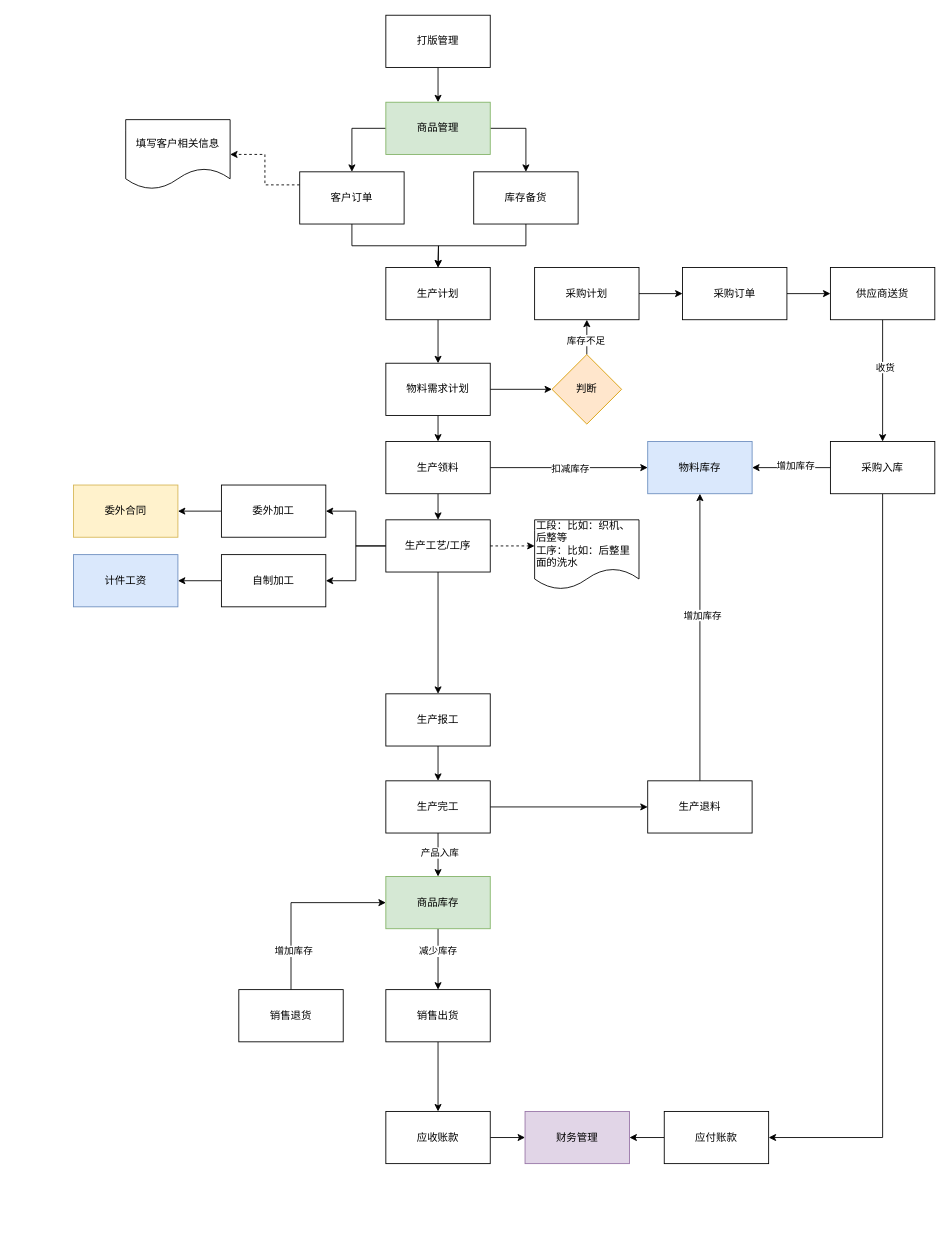
Before: erp流程.drawio in pbm0802/GitIDEATest, a draw.io diagram. Source tidied: cells renumbered, new cells numbered last; positions are measured from the earlier drawing's top-left corner, leaving out a move shared by most shapes. Both pictures are drawn from the tidied source at 87%, with x=0, y=0 at pixel (73, 15).
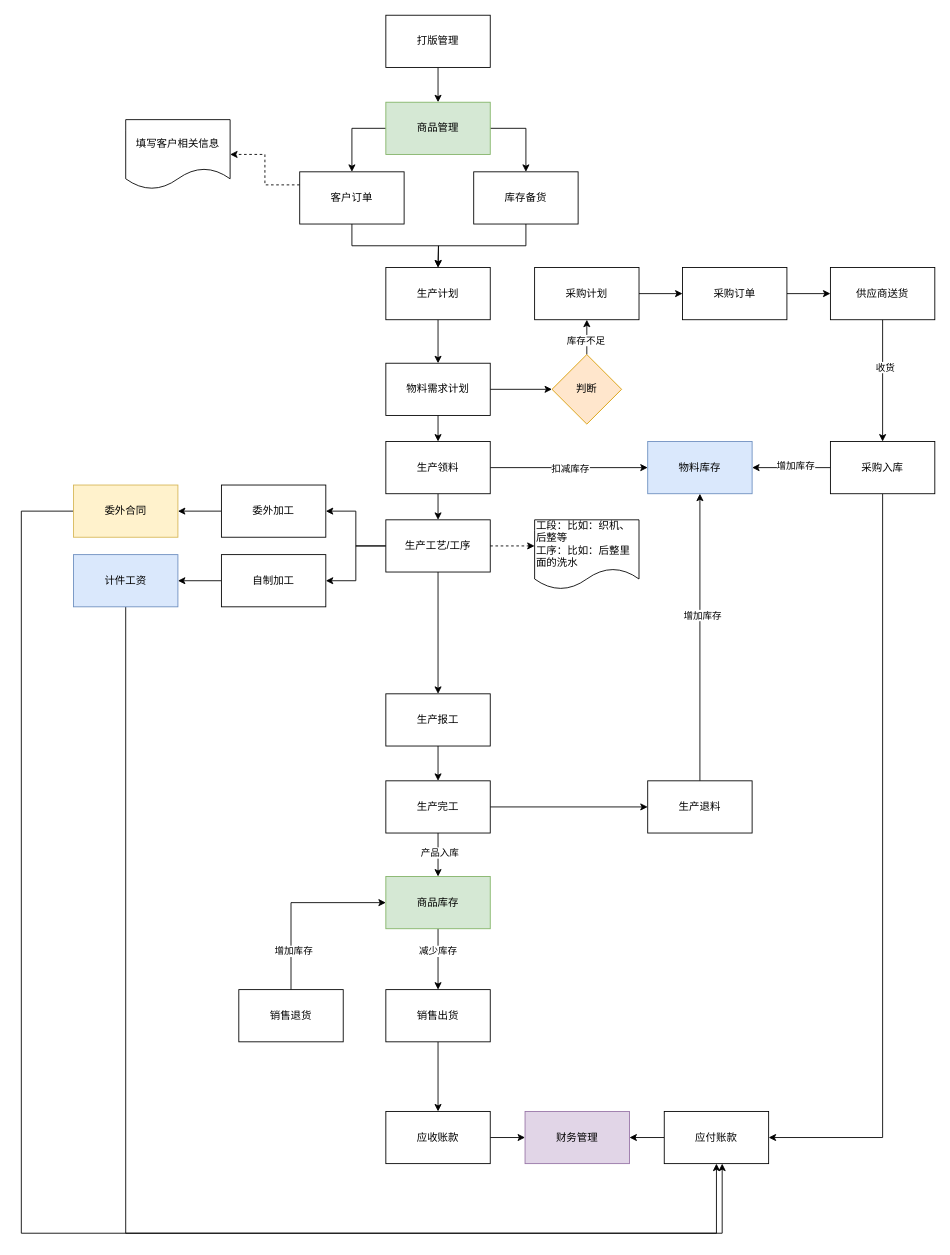
The same diagram, later.

Unchanged cells that the change refers to:
```xml
<mxCell id="17" value="应付账款" style="rounded=0;whiteSpace=wrap;html=1;" parent="1" vertex="1">
  <mxGeometry x="679" y="1260" width="120" height="60" as="geometry" />
</mxCell>
<mxCell id="69" value="委外合同" style="rounded=0;whiteSpace=wrap;html=1;fillColor=#fff2cc;strokeColor=#d6b656;" parent="1" vertex="1">
  <mxGeometry y="540" width="120" height="60" as="geometry" />
</mxCell>
<mxCell id="70" value="计件工资" style="rounded=0;whiteSpace=wrap;html=1;fillColor=#dae8fc;strokeColor=#6c8ebf;" parent="1" vertex="1">
  <mxGeometry y="620" width="120" height="60" as="geometry" />
</mxCell>
```

Diff of the diagram source:
```diff
@@
+    <mxCell id="71" style="edgeStyle=orthogonalEdgeStyle;rounded=0;jettySize=auto;html=1;exitX=0;exitY=0.5;exitDx=0;exitDy=0;entryX=0.5;entryY=1;entryDx=0;entryDy=0;" parent="1" edge="1" source="69" target="17">
+      <mxGeometry relative="1" as="geometry">
+        <Array as="points">
+          <mxPoint x="-60" y="570" />
+          <mxPoint x="-60" y="1400" />
+          <mxPoint x="739" y="1400" />
+        </Array>
+      </mxGeometry>
+    </mxCell>
@@
+    <mxCell id="72" style="edgeStyle=orthogonalEdgeStyle;rounded=0;jettySize=auto;html=1;exitX=0.5;exitY=1;exitDx=0;exitDy=0;" parent="1" edge="1" source="70">
+      <mxGeometry relative="1" as="geometry">
+        <mxPoint x="745.6" y="1320" as="targetPoint" />
+        <Array as="points">
+          <mxPoint x="60" y="1400" />
+          <mxPoint x="746" y="1400" />
+        </Array>
+      </mxGeometry>
+    </mxCell>
```
